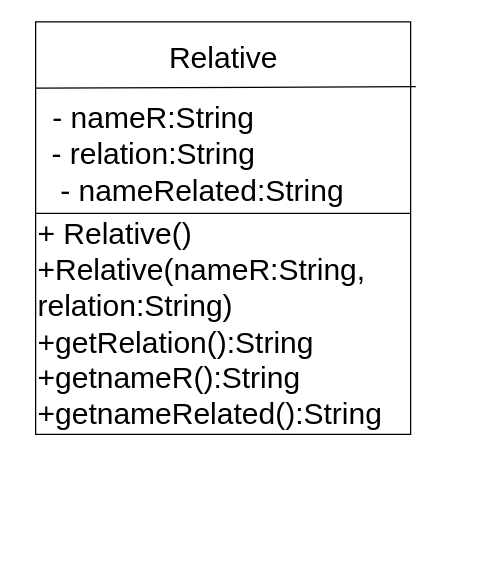
Before: Group project 1/Relative.drawio in Hisada-VI/ENSF-380-assignments, a draw.io diagram. Source tidied: cells renumbered, new cells numbered last; positions are measured from the earlier drawing's top-left corner, leaving out a move shared by most shapes. Both pictures are drawn from the tidied source at 125%, with x=0, y=0 at pixel (35, 21).
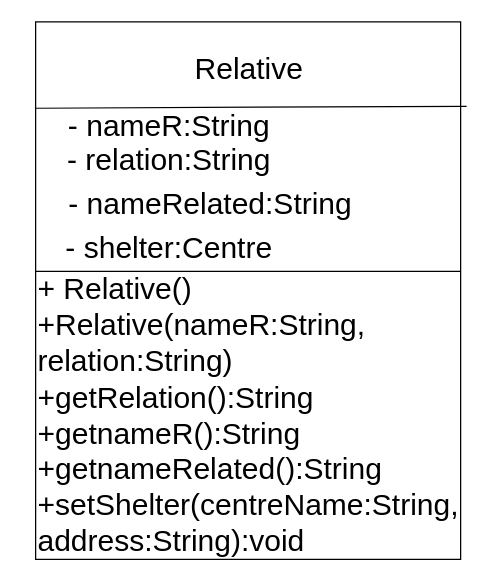
The same diagram, later.

What changed in the source:
```diff
@@
 <mxGraphModel>
   <root>
     <mxCell id="0" />
     <mxCell id="1" parent="0" />
     <mxCell id="2" style="group;" parent="1" vertex="1">
-      <mxGeometry width="300" height="330" as="geometry" />
+      <mxGeometry width="340" height="430" as="geometry" />
     </mxCell>
     <mxCell id="3" style="rounded=0;whiteSpace=wrap;html=1;" parent="2" vertex="1">
-      <mxGeometry width="300" height="330" as="geometry" />
+      <mxGeometry width="340" height="430" as="geometry" />
     </mxCell>
     <mxCell id="4" value="&lt;font style=&quot;font-size: 24px;&quot;&gt;Relative&lt;/font&gt;" style="text;html=1;strokeColor=none;fillColor=none;align=center;verticalAlign=middle;whiteSpace=wrap;rounded=0;" parent="2" vertex="1">
-      <mxGeometry x="92.2" width="116.7" height="58.9" as="geometry" />
+      <mxGeometry x="104.5" width="132.2" height="76.8" as="geometry" />
     </mxCell>
     <mxCell id="5" style="endArrow=none;html=1;fontSize=24;entryX=1.014;entryY=0.157;entryDx=0;entryDy=0;entryPerimeter=0;" parent="2" edge="1" target="3">
       <mxGeometry relative="1" as="geometry">
-        <mxPoint y="53" as="sourcePoint" />
+        <mxPoint y="69.1" as="sourcePoint" />
       </mxGeometry>
     </mxCell>
     <mxCell id="6" value="- nameR:String" style="text;html=1;strokeColor=none;fillColor=none;align=center;verticalAlign=middle;whiteSpace=wrap;rounded=0;fontSize=24;" parent="2" vertex="1">
-      <mxGeometry y="58.9" width="188.9" height="35.4" as="geometry" />
+      <mxGeometry y="76.8" width="214.1" height="14.4" as="geometry" />
     </mxCell>
     <mxCell id="7" value="- relation:String" style="text;html=1;strokeColor=none;fillColor=none;align=center;verticalAlign=middle;whiteSpace=wrap;rounded=0;fontSize=24;" parent="2" vertex="1">
-      <mxGeometry y="94.3" width="188.9" height="23.6" as="geometry" />
+      <mxGeometry y="92.2" width="214.1" height="38.2" as="geometry" />
     </mxCell>
-    <mxCell id="8" value="&lt;div style=&quot;&quot;&gt;&lt;span style=&quot;background-color: initial;&quot;&gt;+ Relative()&lt;/span&gt;&lt;/div&gt;&lt;div style=&quot;&quot;&gt;&lt;span style=&quot;background-color: initial;&quot;&gt;+Relative(nameR:String, relation:String)&lt;/span&gt;&lt;/div&gt;&lt;div style=&quot;&quot;&gt;&lt;span style=&quot;background-color: initial;&quot;&gt;+getRelation():String&lt;/span&gt;&lt;/div&gt;&lt;div style=&quot;&quot;&gt;&lt;span style=&quot;background-color: initial;&quot;&gt;+getnameR():String&lt;/span&gt;&lt;/div&gt;&lt;div style=&quot;&quot;&gt;&lt;span style=&quot;background-color: initial;&quot;&gt;+getnameRelated():String&lt;/span&gt;&lt;/div&gt;" style="text;html=1;strokeColor=none;fillColor=none;align=left;verticalAlign=middle;whiteSpace=wrap;rounded=0;fontSize=24;" parent="2" vertex="1">
-      <mxGeometry y="153.2" width="300" height="176.8" as="geometry" />
+    <mxCell id="8" value="&lt;div style=&quot;&quot;&gt;&lt;span style=&quot;background-color: initial;&quot;&gt;+ Relative()&lt;/span&gt;&lt;/div&gt;&lt;div style=&quot;&quot;&gt;&lt;span style=&quot;background-color: initial;&quot;&gt;+Relative(nameR:String, relation:String)&lt;/span&gt;&lt;/div&gt;&lt;div style=&quot;&quot;&gt;&lt;span style=&quot;background-color: initial;&quot;&gt;+getRelation():String&lt;/span&gt;&lt;/div&gt;&lt;div style=&quot;&quot;&gt;&lt;span style=&quot;background-color: initial;&quot;&gt;+getnameR():String&lt;/span&gt;&lt;/div&gt;&lt;div style=&quot;&quot;&gt;&lt;span style=&quot;background-color: initial;&quot;&gt;+getnameRelated():String&lt;/span&gt;&lt;/div&gt;&lt;div style=&quot;&quot;&gt;&lt;span style=&quot;text-align: center;&quot;&gt;+setShelter(centreName:String, address:String):void&lt;/span&gt;&lt;span style=&quot;background-color: initial;&quot;&gt;&lt;br&gt;&lt;/span&gt;&lt;/div&gt;" style="text;html=1;strokeColor=none;fillColor=none;align=left;verticalAlign=middle;whiteSpace=wrap;rounded=0;fontSize=24;" parent="2" vertex="1">
+      <mxGeometry y="199.6" width="340" height="230.4" as="geometry" />
     </mxCell>
     <mxCell id="9" style="endArrow=none;html=1;fontSize=24;exitX=0;exitY=0;exitDx=0;exitDy=0;entryX=1;entryY=0;entryDx=0;entryDy=0;" parent="2" edge="1" source="8" target="8">
       <mxGeometry relative="1" as="geometry" />
     </mxCell>
     <mxCell id="10" value="- nameRelated:String" style="text;html=1;strokeColor=none;fillColor=none;align=center;verticalAlign=middle;whiteSpace=wrap;rounded=0;fontSize=24;" parent="2" vertex="1">
-      <mxGeometry y="117.9" width="266.7" height="35.4" as="geometry" />
+      <mxGeometry x="-11.3" y="122.9" width="302.2" height="46.1" as="geometry" />
     </mxCell>
+    <mxCell id="11" value="- shelter:Centre" style="text;html=1;strokeColor=none;fillColor=none;align=center;verticalAlign=middle;whiteSpace=wrap;rounded=0;fontSize=24;" parent="2" vertex="1">
+      <mxGeometry y="161.5" width="214.1" height="38.2" as="geometry" />
+    </mxCell>
   </root>
 </mxGraphModel>
```
